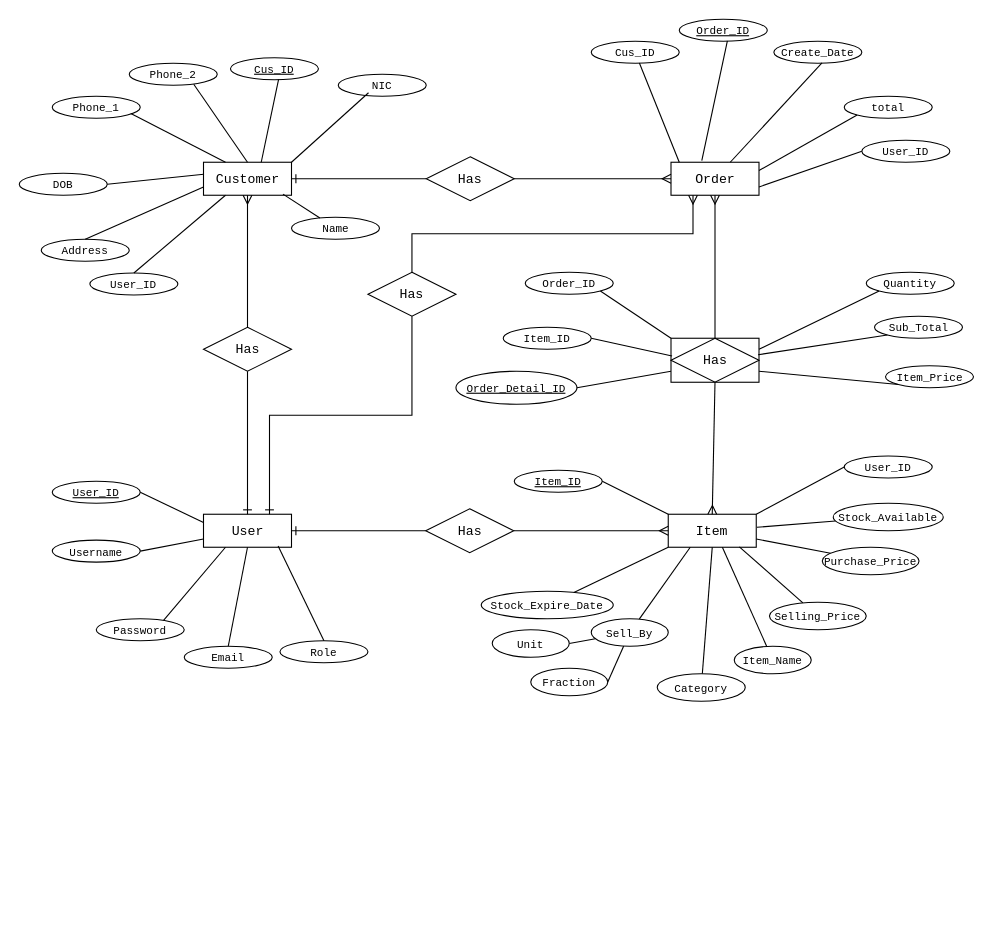
Earlier version of the draw.io diagram page "Page-1" (1 of 2) of POS.drawio (AmilSrinath/New-POS). Source tidied: cells renumbered, new cells numbered last; positions are measured from the earlier drawing's top-left corner, leaving out a move shared by most shapes. Both pictures are drawn from the tidied source at 110%, with x=0, y=0 at pixel (19, 19).
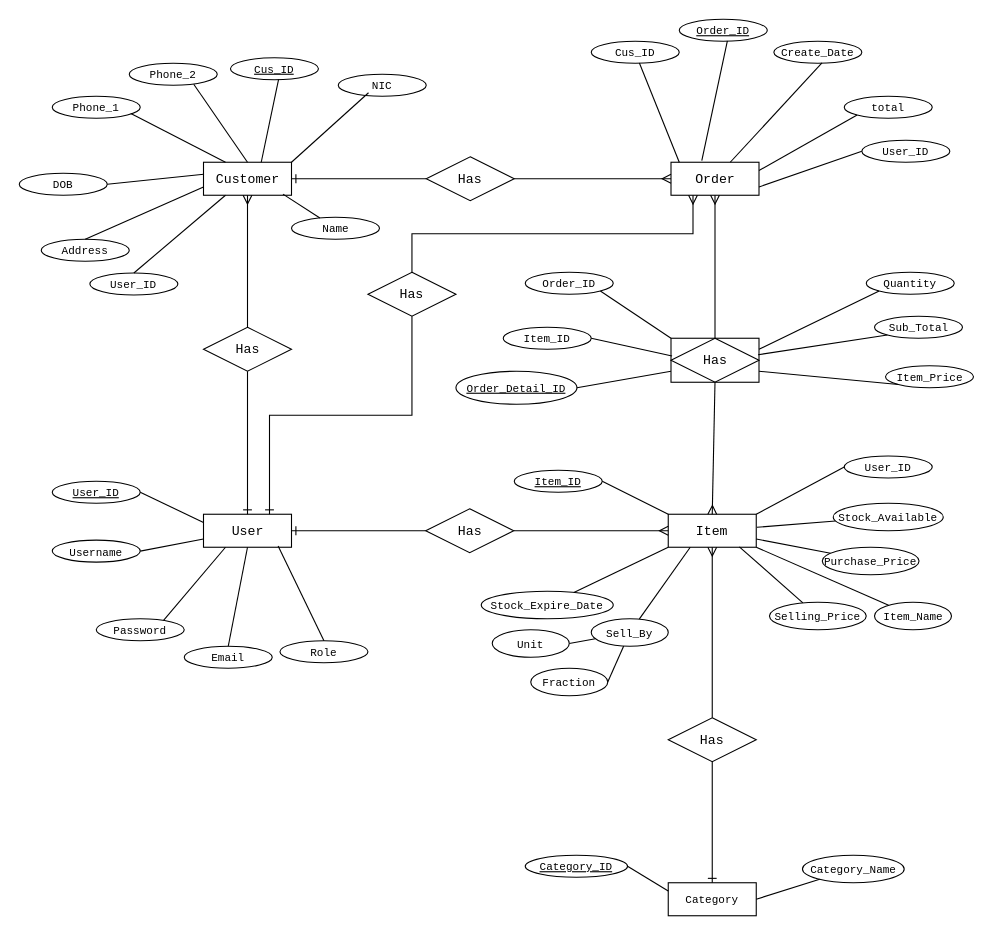
The same page after the edit.

Unchanged cells that the change refers to:
```xml
<mxCell id="2" value="&lt;font face=&quot;Courier New&quot;&gt;Item&lt;/font&gt;" style="whiteSpace=wrap;html=1;align=center;" parent="1" vertex="1">
  <mxGeometry x="590" y="450" width="80" height="30" as="geometry" />
</mxCell>
```

The edit, as a diff of the source:
```diff
@@
-    <mxCell id="3" style="rounded=0;jettySize=auto;html=1;entryX=0.5;entryY=1;entryDx=0;entryDy=0;endArrow=none;endFill=0;" parent="1" edge="1" source="4" target="2">
-      <mxGeometry relative="1" as="geometry" />
-    </mxCell>
-    <mxCell id="4" value="&lt;div style=&quot;&quot;&gt;&lt;span style=&quot;font-size: 10px;&quot;&gt;&lt;font face=&quot;Courier New&quot;&gt;Category&lt;/font&gt;&lt;/span&gt;&lt;/div&gt;" style="ellipse;whiteSpace=wrap;html=1;align=center;" parent="1" vertex="1">
-      <mxGeometry x="580" y="595" width="80" height="25" as="geometry" />
-    </mxCell>
-    <mxCell id="5" style="rounded=0;jettySize=auto;html=1;endArrow=none;endFill=0;entryX=0.615;entryY=1.001;entryDx=0;entryDy=0;entryPerimeter=0;" parent="1" edge="1" source="6" target="2">
+    <mxCell id="5" style="rounded=0;jettySize=auto;html=1;endArrow=none;endFill=0;entryX=1;entryY=1;entryDx=0;entryDy=0;" parent="1" edge="1" source="6" target="2">
       <mxGeometry relative="1" as="geometry" />
     </mxCell>
     <mxCell id="6" value="&lt;font face=&quot;Courier New&quot; style=&quot;font-size: 10px;&quot;&gt;Item_Name&lt;/font&gt;" style="ellipse;whiteSpace=wrap;html=1;align=center;" parent="1" vertex="1">
-      <mxGeometry x="650" y="570" width="70" height="25" as="geometry" />
+      <mxGeometry x="777.5" y="530" width="70" height="25" as="geometry" />
     </mxCell>
@@
+    <mxCell id="4" value="&lt;span style=&quot;font-family: &amp;quot;Courier New&amp;quot;; font-size: 10px;&quot;&gt;Category&lt;/span&gt;" style="whiteSpace=wrap;html=1;align=center;" parent="1" vertex="1">
+      <mxGeometry x="590" y="785" width="80" height="30" as="geometry" />
+    </mxCell>
+    <mxCell id="91" value="&lt;font face=&quot;Courier New&quot;&gt;Has&lt;/font&gt;" style="shape=rhombus;perimeter=rhombusPerimeter;whiteSpace=wrap;html=1;align=center;" parent="1" vertex="1">
+      <mxGeometry x="590" y="635" width="80" height="40" as="geometry" />
+    </mxCell>
+    <mxCell id="92" style="fontSize=12;html=1;endArrow=ERmany;rounded=0;entryX=0.5;entryY=1;entryDx=0;entryDy=0;exitX=0.5;exitY=0;exitDx=0;exitDy=0;" parent="1" edge="1" source="91" target="2">
+      <mxGeometry relative="1" as="geometry" />
+    </mxCell>
+    <mxCell id="93" style="fontSize=12;html=1;endArrow=ERone;endFill=1;rounded=0;entryX=0.5;entryY=0;entryDx=0;entryDy=0;exitX=0.5;exitY=1;exitDx=0;exitDy=0;" parent="1" edge="1" source="91" target="4">
+      <mxGeometry relative="1" as="geometry" />
+    </mxCell>
+    <mxCell id="94" value="&lt;font face=&quot;Courier New&quot;&gt;&lt;font size=&quot;1&quot;&gt;&lt;u&gt;Category_ID&lt;/u&gt;&lt;/font&gt;&lt;/font&gt;" style="ellipse;whiteSpace=wrap;html=1;align=center;" parent="1" vertex="1">
+      <mxGeometry x="460" y="760" width="93" height="20" as="geometry" />
+    </mxCell>
+    <mxCell id="95" style="rounded=0;jettySize=auto;html=1;endArrow=none;endFill=0;exitX=1;exitY=0.5;exitDx=0;exitDy=0;entryX=0;entryY=0.25;entryDx=0;entryDy=0;" parent="1" edge="1" source="94" target="4">
+      <mxGeometry relative="1" as="geometry" />
+    </mxCell>
+    <mxCell id="96" value="&lt;font face=&quot;Courier New&quot; style=&quot;font-size: 10px;&quot;&gt;Category_Name&lt;/font&gt;" style="ellipse;whiteSpace=wrap;html=1;align=center;" parent="1" vertex="1">
+      <mxGeometry x="712" y="760" width="92.5" height="25" as="geometry" />
+    </mxCell>
+    <mxCell id="97" style="rounded=0;jettySize=auto;html=1;endArrow=none;endFill=0;entryX=1;entryY=0.5;entryDx=0;entryDy=0;" parent="1" edge="1" source="96" target="4">
+      <mxGeometry relative="1" as="geometry" />
+    </mxCell>
```
